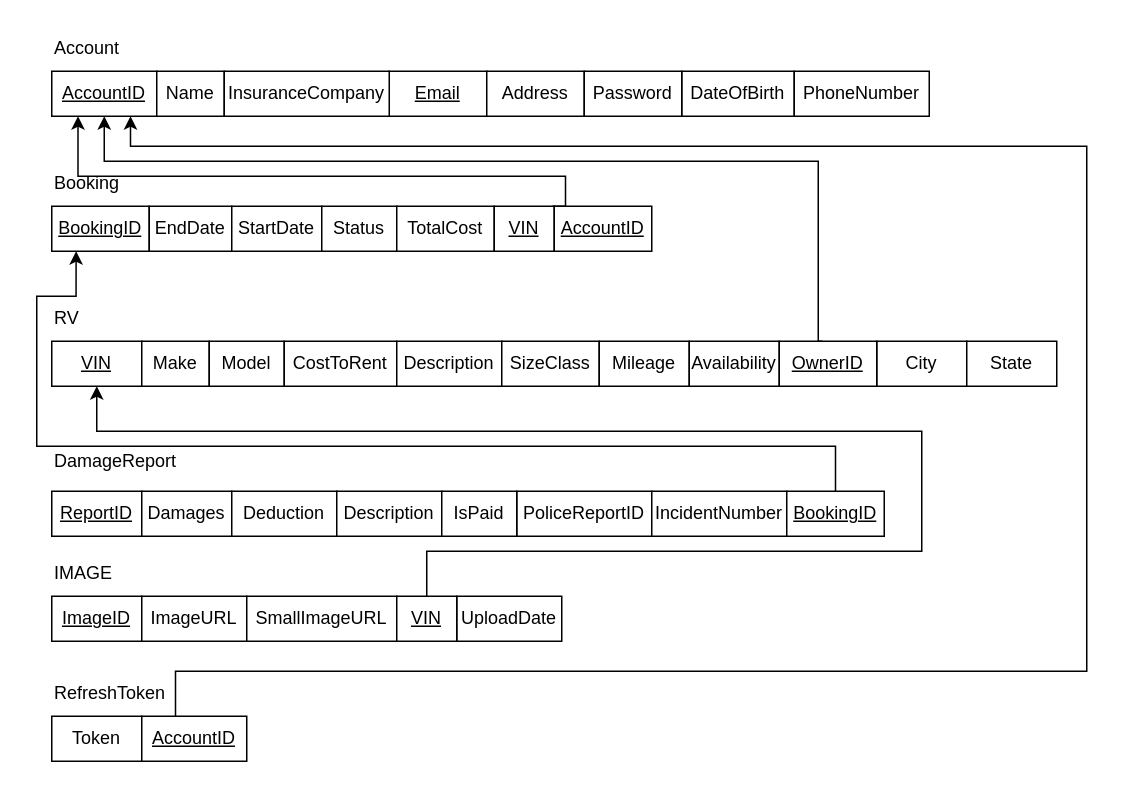
Earlier version of the draw.io diagram RVSolutionsER.drawio (JasonDinh345/RV-Solutions). Source tidied: cells renumbered, new cells numbered last; positions are measured from the earlier drawing's top-left corner, leaving out a move shared by most shapes. Both pictures are drawn from the tidied source at 150%, with x=0, y=0 at pixel (36, 26).
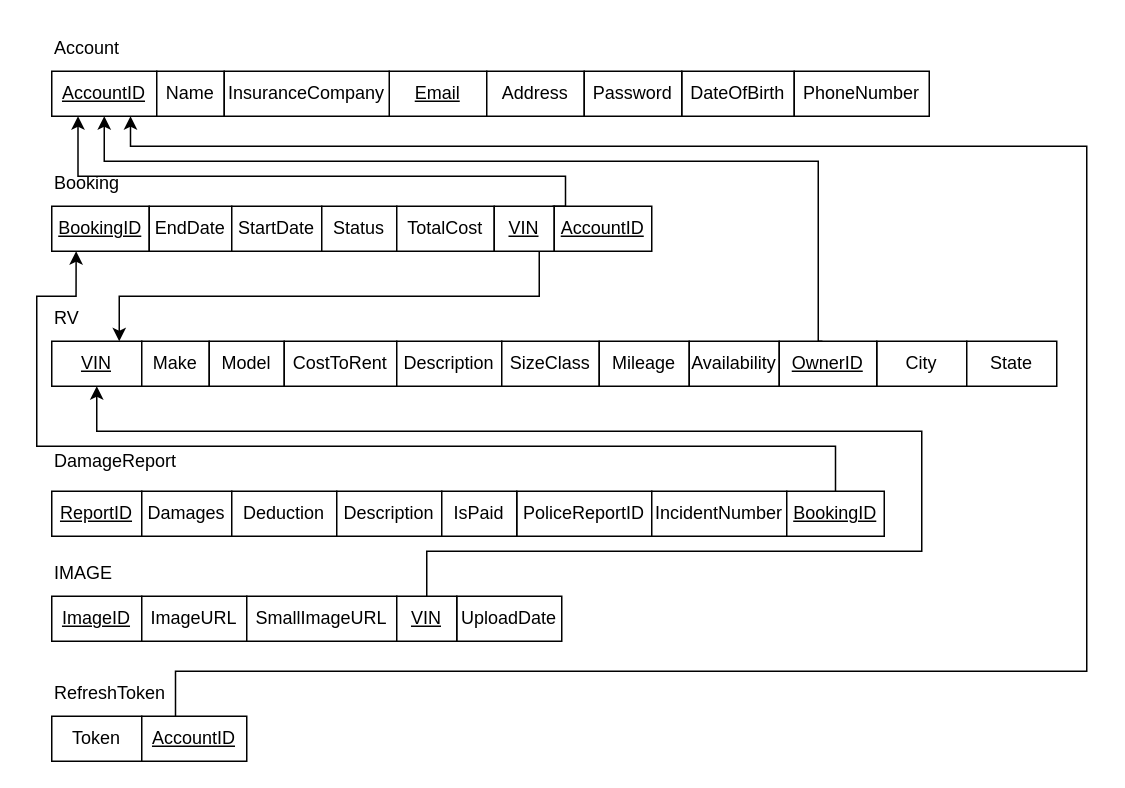
The same page after the edit.

Unchanged cells that the change refers to:
```xml
<mxCell id="7" value="&lt;u&gt;VIN&lt;/u&gt;" style="rounded=0;whiteSpace=wrap;html=1;" parent="1" vertex="1">
  <mxGeometry x="305" y="120" width="40" height="30" as="geometry" />
</mxCell>
<mxCell id="11" value="&lt;u&gt;VIN&lt;/u&gt;" style="rounded=0;whiteSpace=wrap;html=1;" parent="1" vertex="1">
  <mxGeometry x="10" y="210" width="60" height="30" as="geometry" />
</mxCell>
```

Diff of the diagram source:
```diff
@@
+    <mxCell id="55" style="edgeStyle=orthogonalEdgeStyle;rounded=0;jettySize=auto;html=1;exitX=0.75;exitY=1;exitDx=0;exitDy=0;entryX=0.75;entryY=0;entryDx=0;entryDy=0;" parent="1" edge="1" source="7" target="11">
+      <mxGeometry relative="1" as="geometry" />
+    </mxCell>
```
